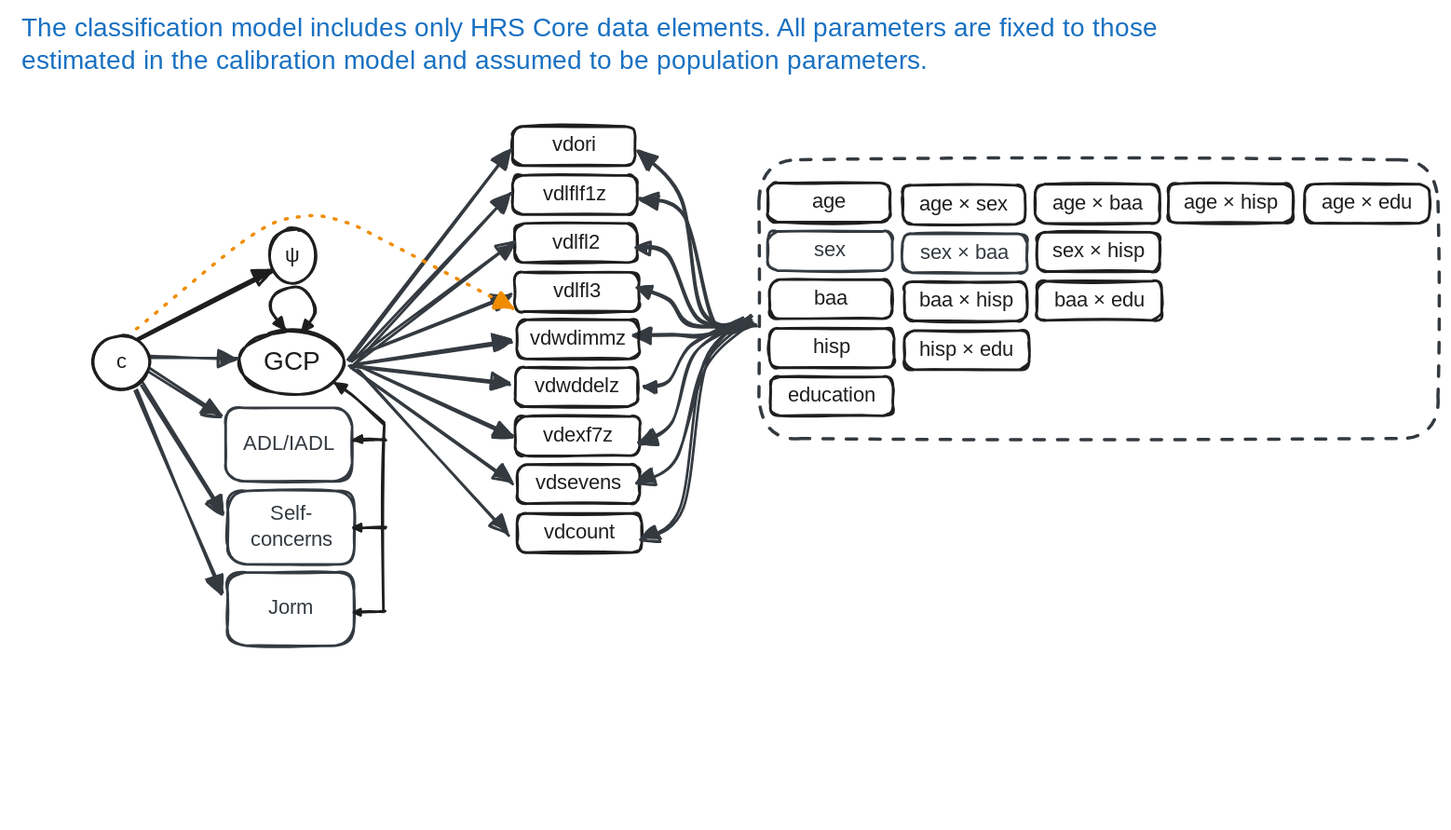
The Excalidraw diagram R/excalidraw/PMM-012-Classification_Model.excalidraw.svg in dougtommet/HRS_cog_classification, before a commit. Source tidied: one line per element, renumbered; positions are measured from the earlier drawing's top-left corner, leaving out a move shared by most shapes. The source it was exported from:
```json
{"id": 0, "type": "ellipse", "strokeColor": "#1e1e1e", "strokeWidth": 2, "roughness": 1, "round": true, "x": 167, "y": 243, "width": 81, "height": 49}
{"id": 1, "type": "text", "text": "GCP", "strokeColor": "#1e1e1e", "strokeWidth": 2, "roughness": 1, "fontSize": 20, "fontFamily": 5, "textAlign": "center", "verticalAlign": "middle", "inside": 0, "x": 188, "y": 256, "width": 39, "height": 25}
{"id": 2, "type": "rectangle", "strokeColor": "#1e1e1e", "strokeWidth": 2, "roughness": 1, "round": true, "x": 377, "y": 87, "width": 94, "height": 30}
{"id": 3, "type": "text", "text": "vdori", "strokeColor": "#1e1e1e", "strokeWidth": 2, "roughness": 1, "fontSize": 16, "fontFamily": 5, "textAlign": "center", "verticalAlign": "middle", "inside": 2, "x": 407, "y": 92, "width": 34, "height": 20}
{"id": 4, "type": "rectangle", "strokeColor": "#1e1e1e", "strokeWidth": 2, "roughness": 1, "round": true, "x": 572, "y": 130, "width": 94, "height": 30}
{"id": 5, "type": "text", "text": "age", "strokeColor": "#1e1e1e", "strokeWidth": 2, "roughness": 1, "fontSize": 16, "fontFamily": 5, "textAlign": "center", "verticalAlign": "middle", "inside": 4, "x": 608, "y": 135, "width": 22, "height": 20}
{"id": 6, "type": "rectangle", "strokeColor": "#1e1e1e", "strokeWidth": 2, "roughness": 1, "round": true, "x": 379, "y": 272, "width": 94, "height": 30}
{"id": 7, "type": "text", "text": "vdwddelz", "strokeColor": "#1e1e1e", "strokeWidth": 2, "roughness": 1, "fontSize": 16, "fontFamily": 5, "textAlign": "center", "verticalAlign": "middle", "inside": 6, "x": 391, "y": 277, "width": 70, "height": 20}
{"id": 8, "type": "rectangle", "strokeColor": "#1e1e1e", "strokeWidth": 2, "roughness": 1, "round": true, "x": 574, "y": 279, "width": 94, "height": 30}
{"id": 9, "type": "text", "text": "education", "strokeColor": "#1e1e1e", "strokeWidth": 2, "roughness": 1, "fontSize": 16, "fontFamily": 5, "textAlign": "center", "verticalAlign": "middle", "inside": 8, "x": 584, "y": 284, "width": 75, "height": 20}
{"id": 10, "type": "rectangle", "strokeColor": "#1e1e1e", "strokeWidth": 2, "roughness": 1, "round": true, "x": 378, "y": 161, "width": 94, "height": 30}
{"id": 11, "type": "text", "text": "vdlfl2", "strokeColor": "#1e1e1e", "strokeWidth": 2, "roughness": 1, "fontSize": 16, "fontFamily": 5, "textAlign": "center", "verticalAlign": "middle", "inside": 10, "x": 406, "y": 166, "width": 37, "height": 20}
{"id": 12, "type": "rectangle", "strokeColor": "#1e1e1e", "strokeWidth": 2, "roughness": 1, "round": true, "x": 574, "y": 204, "width": 94, "height": 30}
{"id": 13, "type": "text", "text": "baa", "strokeColor": "#1e1e1e", "strokeWidth": 2, "roughness": 1, "fontSize": 16, "fontFamily": 5, "textAlign": "center", "verticalAlign": "middle", "inside": 12, "x": 610, "y": 209, "width": 22, "height": 20}
{"id": 14, "type": "rectangle", "strokeColor": "#1e1e1e", "strokeWidth": 2, "roughness": 1, "round": true, "x": 380, "y": 346, "width": 94, "height": 30}
{"id": 15, "type": "text", "text": "vdsevens", "strokeColor": "#1e1e1e", "strokeWidth": 2, "roughness": 1, "fontSize": 16, "fontFamily": 5, "textAlign": "center", "verticalAlign": "middle", "inside": 14, "x": 392, "y": 351, "width": 69, "height": 20}
{"id": 16, "type": "rectangle", "strokeColor": "#1e1e1e", "strokeWidth": 2, "roughness": 1, "round": true, "x": 376, "y": 124, "width": 96, "height": 30}
{"id": 17, "type": "text", "text": "vdlflf1z", "strokeColor": "#1e1e1e", "strokeWidth": 2, "roughness": 1, "fontSize": 16, "fontFamily": 5, "textAlign": "center", "verticalAlign": "middle", "inside": 16, "x": 399, "y": 129, "width": 50, "height": 20}
{"id": 18, "type": "rectangle", "strokeColor": "#343a40", "strokeWidth": 2, "roughness": 1, "round": true, "x": 572, "y": 167, "width": 96, "height": 30}
{"id": 19, "type": "text", "text": "sex", "strokeColor": "#343a40", "strokeWidth": 2, "roughness": 1, "fontSize": 16, "fontFamily": 5, "textAlign": "center", "verticalAlign": "middle", "inside": 18, "x": 609, "y": 172, "width": 21, "height": 20}
{"id": 20, "type": "rectangle", "strokeColor": "#1e1e1e", "strokeWidth": 2, "roughness": 1, "round": true, "x": 379, "y": 309, "width": 96, "height": 30}
{"id": 21, "type": "text", "text": "vdexf7z", "strokeColor": "#1e1e1e", "strokeWidth": 2, "roughness": 1, "fontSize": 16, "fontFamily": 5, "textAlign": "center", "verticalAlign": "middle", "inside": 20, "x": 395, "y": 314, "width": 62, "height": 20}
{"id": 22, "type": "rectangle", "strokeColor": "#1e1e1e", "strokeWidth": 2, "roughness": 1, "round": true, "x": 378, "y": 199, "width": 96, "height": 30}
{"id": 23, "type": "text", "text": "vdlfl3", "strokeColor": "#1e1e1e", "strokeWidth": 2, "roughness": 1, "fontSize": 16, "fontFamily": 5, "textAlign": "center", "verticalAlign": "middle", "inside": 22, "x": 407, "y": 204, "width": 37, "height": 20}
{"id": 24, "type": "rectangle", "strokeColor": "#1e1e1e", "strokeWidth": 2, "roughness": 1, "round": true, "x": 574, "y": 242, "width": 96, "height": 30}
{"id": 25, "type": "text", "text": "hisp", "strokeColor": "#1e1e1e", "strokeWidth": 2, "roughness": 1, "fontSize": 16, "fontFamily": 5, "textAlign": "center", "verticalAlign": "middle", "inside": 24, "x": 608, "y": 247, "width": 27, "height": 20}
{"id": 26, "type": "rectangle", "strokeColor": "#1e1e1e", "strokeWidth": 2, "roughness": 1, "round": true, "x": 380, "y": 384, "width": 96, "height": 30}
{"id": 27, "type": "text", "text": "vdcount", "strokeColor": "#1e1e1e", "strokeWidth": 2, "roughness": 1, "fontSize": 16, "fontFamily": 5, "textAlign": "center", "verticalAlign": "middle", "inside": 26, "x": 397, "y": 389, "width": 62, "height": 20}
{"id": 28, "type": "rectangle", "strokeColor": "#1e1e1e", "strokeWidth": 2, "roughness": 1, "round": true, "x": 676, "y": 132, "width": 94, "height": 30}
{"id": 29, "type": "text", "text": "age × sex", "strokeColor": "#1e1e1e", "strokeWidth": 2, "roughness": 1, "fontSize": 16, "fontFamily": 5, "textAlign": "center", "verticalAlign": "middle", "inside": 28, "x": 685, "y": 137, "width": 75, "height": 20}
{"id": 30, "type": "rectangle", "strokeColor": "#1e1e1e", "strokeWidth": 2, "roughness": 1, "round": true, "x": 677, "y": 206, "width": 94, "height": 30}
{"id": 31, "type": "text", "text": "baa × hisp", "strokeColor": "#1e1e1e", "strokeWidth": 2, "roughness": 1, "fontSize": 16, "fontFamily": 5, "textAlign": "center", "verticalAlign": "middle", "inside": 30, "x": 685, "y": 211, "width": 79, "height": 20}
{"id": 32, "type": "rectangle", "strokeColor": "#1e1e1e", "strokeWidth": 2, "roughness": 1, "round": true, "x": 779, "y": 168, "width": 94, "height": 30}
{"id": 33, "type": "text", "text": "sex × hisp", "strokeColor": "#1e1e1e", "strokeWidth": 2, "roughness": 1, "fontSize": 16, "fontFamily": 5, "textAlign": "center", "verticalAlign": "middle", "inside": 32, "x": 787, "y": 173, "width": 79, "height": 20}
{"id": 34, "type": "rectangle", "strokeColor": "#343a40", "strokeWidth": 2, "roughness": 1, "round": true, "x": 676, "y": 169, "width": 96, "height": 30}
{"id": 35, "type": "text", "text": "sex × baa", "strokeColor": "#343a40", "strokeWidth": 2, "roughness": 1, "fontSize": 16, "fontFamily": 5, "textAlign": "center", "verticalAlign": "middle", "inside": 34, "x": 686, "y": 174, "width": 76, "height": 20}
{"id": 36, "type": "rectangle", "strokeColor": "#1e1e1e", "strokeWidth": 2, "roughness": 1, "round": true, "x": 777, "y": 131, "width": 96, "height": 30}
{"id": 37, "type": "text", "text": "age × baa", "strokeColor": "#1e1e1e", "strokeWidth": 2, "roughness": 1, "fontSize": 16, "fontFamily": 5, "textAlign": "center", "verticalAlign": "middle", "inside": 36, "x": 787, "y": 136, "width": 76, "height": 20}
{"id": 38, "type": "rectangle", "strokeColor": "#1e1e1e", "strokeWidth": 2, "roughness": 1, "round": true, "x": 677, "y": 243, "width": 96, "height": 30}
{"id": 39, "type": "text", "text": "hisp × edu", "strokeColor": "#1e1e1e", "strokeWidth": 2, "roughness": 1, "fontSize": 16, "fontFamily": 5, "textAlign": "center", "verticalAlign": "middle", "inside": 38, "x": 686, "y": 248, "width": 79, "height": 20}
{"id": 40, "type": "rectangle", "strokeColor": "#1e1e1e", "strokeWidth": 2, "roughness": 1, "round": true, "x": 779, "y": 205, "width": 96, "height": 30}
{"id": 41, "type": "text", "text": "baa × edu", "strokeColor": "#1e1e1e", "strokeWidth": 2, "roughness": 1, "fontSize": 16, "fontFamily": 5, "textAlign": "center", "verticalAlign": "middle", "inside": 40, "x": 789, "y": 210, "width": 76, "height": 20}
{"id": 42, "type": "rectangle", "strokeColor": "#1e1e1e", "strokeWidth": 2, "roughness": 1, "round": true, "x": 880, "y": 131, "width": 96, "height": 30}
{"id": 43, "type": "text", "text": "age × hisp", "strokeColor": "#1e1e1e", "strokeWidth": 2, "roughness": 1, "fontSize": 16, "fontFamily": 5, "textAlign": "center", "verticalAlign": "middle", "inside": 42, "x": 888, "y": 136, "width": 79, "height": 20}
{"id": 44, "type": "rectangle", "strokeColor": "#1e1e1e", "strokeWidth": 2, "roughness": 1, "round": true, "x": 984, "y": 131, "width": 96, "height": 30}
{"id": 45, "type": "text", "text": "age × edu", "strokeColor": "#1e1e1e", "strokeWidth": 2, "roughness": 1, "fontSize": 16, "fontFamily": 5, "textAlign": "center", "verticalAlign": "middle", "inside": 44, "x": 994, "y": 136, "width": 75, "height": 20}
{"id": 46, "type": "rectangle", "strokeColor": "#343a40", "strokeWidth": 2, "strokeStyle": "dashed", "roughness": 1, "round": true, "x": 566, "y": 112, "width": 521, "height": 214}
{"id": 47, "type": "arrow", "strokeColor": "#343a40", "strokeWidth": 2, "roughness": 1, "endArrowhead": "triangle", "round": true, "from": 0, "x": 251, "y": 266, "width": 124, "height": 161, "points": [[0, 0], [124, -161]]}
{"id": 48, "type": "arrow", "strokeColor": "#343a40", "strokeWidth": 2, "roughness": 1, "endArrowhead": "triangle", "round": true, "from": 0, "to": 16, "x": 254, "y": 268, "width": 122, "height": 129, "points": [[0, 0], [122, -129]]}
{"id": 49, "type": "arrow", "strokeColor": "#343a40", "strokeWidth": 2, "roughness": 1, "endArrowhead": "triangle", "round": true, "from": 0, "to": 10, "x": 254, "y": 268, "width": 123, "height": 92, "points": [[0, 0], [123, -92]]}
{"id": 50, "type": "arrow", "strokeColor": "#343a40", "strokeWidth": 2, "roughness": 1, "endArrowhead": "triangle", "round": true, "from": 0, "to": 22, "x": 255, "y": 262, "width": 121, "height": 47, "points": [[0, 0], [121, -47]]}
{"id": 51, "type": "arrow", "strokeColor": "#343a40", "strokeWidth": 2, "roughness": 1, "endArrowhead": "triangle", "round": true, "from": 0, "to": 6, "x": 254, "y": 271, "width": 120, "height": 13, "points": [[0, 0], [120, 13]]}
{"id": 52, "type": "arrow", "strokeColor": "#343a40", "strokeWidth": 2, "roughness": 1, "endArrowhead": "triangle", "round": true, "to": 80, "x": 255, "y": 268, "width": 120, "height": 17, "points": [[0, 0], [120, -17]]}
{"id": 53, "type": "arrow", "strokeColor": "#343a40", "strokeWidth": 2, "roughness": 1, "endArrowhead": "triangle", "round": true, "from": 0, "to": 20, "x": 257, "y": 269, "width": 119, "height": 55, "points": [[0, 0], [119, 55]]}
{"id": 54, "type": "arrow", "strokeColor": "#343a40", "strokeWidth": 2, "roughness": 1, "endArrowhead": "triangle", "round": true, "from": 0, "to": 14, "x": 251, "y": 272, "width": 125, "height": 89, "points": [[0, 0], [125, 89]]}
{"id": 55, "type": "arrow", "strokeColor": "#343a40", "strokeWidth": 2, "roughness": 1, "endArrowhead": "triangle", "round": true, "from": 0, "to": 26, "x": 259, "y": 273, "width": 115, "height": 127, "points": [[0, 0], [115, 127]]}
{"id": 56, "type": "rectangle", "strokeColor": "#343a40", "strokeWidth": 2, "roughness": 1, "round": true, "x": 158, "y": 366, "width": 97, "height": 56}
{"id": 57, "type": "text", "text": "Self-\nconcerns", "strokeColor": "#343a40", "strokeWidth": 2, "roughness": 1, "fontSize": 16, "fontFamily": 5, "textAlign": "center", "verticalAlign": "middle", "inside": 56, "x": 173, "y": 374, "width": 66, "height": 40}
{"id": 58, "type": "rectangle", "strokeColor": "#343a40", "strokeWidth": 2, "roughness": 1, "round": true, "x": 156, "y": 303, "width": 97, "height": 56}
{"id": 59, "type": "text", "text": "ADL/IADL", "strokeColor": "#343a40", "strokeWidth": 2, "roughness": 1, "fontSize": 16, "fontFamily": 5, "textAlign": "center", "verticalAlign": "middle", "inside": 58, "x": 167, "y": 321, "width": 76, "height": 20}
{"id": 60, "type": "arrow", "strokeColor": "#343a40", "strokeWidth": 2, "roughness": 1, "endArrowhead": "triangle", "round": true, "from": 63, "to": 58, "x": 99, "y": 273, "width": 54, "height": 36, "points": [[0, 0], [54, 36]]}
{"id": 61, "type": "arrow", "strokeColor": "#343a40", "strokeWidth": 2, "roughness": 1, "endArrowhead": "triangle", "round": true, "from": 63, "to": 56, "x": 92, "y": 284, "width": 61, "height": 99, "points": [[0, 0], [61, 99]]}
{"id": 62, "type": "arrow", "strokeColor": "#343a40", "strokeWidth": 2, "roughness": 1, "endArrowhead": "triangle", "round": true, "from": 63, "to": 0, "x": 99, "y": 264, "width": 66, "height": 1, "points": [[0, 0], [66, 1]]}
{"id": 63, "type": "ellipse", "strokeColor": "#1e1e1e", "strokeWidth": 2, "roughness": 1, "x": 54, "y": 247, "width": 44, "height": 42}
{"id": 64, "type": "text", "text": "c", "strokeColor": "#1e1e1e", "strokeWidth": 2, "roughness": 1, "fontSize": 16, "fontFamily": 5, "textAlign": "center", "verticalAlign": "middle", "inside": 63, "x": 73, "y": 258, "width": 7, "height": 20}
{"id": 65, "type": "rectangle", "strokeColor": "#343a40", "strokeWidth": 2, "roughness": 1, "round": true, "x": 158, "y": 429, "width": 97, "height": 56}
{"id": 66, "type": "text", "text": "Jorm", "strokeColor": "#343a40", "strokeWidth": 2, "roughness": 1, "fontSize": 16, "fontFamily": 5, "textAlign": "center", "verticalAlign": "middle", "inside": 65, "x": 190, "y": 447, "width": 32, "height": 20}
{"id": 67, "type": "arrow", "strokeColor": "#343a40", "strokeWidth": 2, "roughness": 1, "endArrowhead": "triangle", "round": true, "from": 63, "to": 65, "x": 88, "y": 289, "width": 66, "height": 155, "points": [[0, 0], [66, 155]]}
{"id": 68, "type": "ellipse", "strokeColor": "#1e1e1e", "strokeWidth": 2, "roughness": 1, "x": 190, "y": 165, "width": 35, "height": 42}
{"id": 69, "type": "text", "text": "ψ", "strokeColor": "#1e1e1e", "strokeWidth": 2, "roughness": 1, "fontSize": 16, "fontFamily": 5, "textAlign": "center", "verticalAlign": "middle", "inside": 68, "x": 202, "y": 176, "width": 12, "height": 20}
{"id": 70, "type": "arrow", "strokeColor": "#1e1e1e", "strokeWidth": 2, "roughness": 1, "endArrowhead": "triangle", "round": true, "from": 63, "to": 68, "x": 89, "y": 250, "width": 101, "height": 52, "points": [[0, 0], [101, -52]]}
{"id": 71, "type": "arrow", "strokeColor": "#343a40", "strokeWidth": 2, "roughness": 1, "endArrowhead": "triangle", "round": true, "to": 2, "x": 561, "y": 240, "width": 89, "height": 134, "points": [[0, 0], [-39, -11], [-55, -98], [-89, -134]]}
{"id": 72, "type": "arrow", "strokeColor": "#343a40", "strokeWidth": 2, "roughness": 1, "endArrowhead": "triangle", "round": true, "from": 46, "to": 16, "x": 563, "y": 239, "width": 89, "height": 97, "points": [[0, 0], [-30, -1], [-55, -84], [-89, -97]]}
{"id": 73, "type": "arrow", "strokeColor": "#343a40", "angle": 0.01, "strokeWidth": 2, "roughness": 1, "endArrowhead": "triangle", "round": true, "x": 560, "y": 236, "width": 87, "height": 57, "points": [[0, 0], [-41, -1], [-64, -51], [-87, -57]]}
{"id": 74, "type": "arrow", "strokeColor": "#343a40", "angle": 0.08, "strokeWidth": 2, "roughness": 1, "endArrowhead": "triangle", "round": true, "x": 564, "y": 237, "width": 91, "height": 24, "points": [[0, 0], [-48, 2], [-68, -16], [-91, -22]]}
{"id": 75, "type": "arrow", "strokeColor": "#343a40", "angle": 0.08, "strokeWidth": 2, "roughness": 1, "endArrowhead": "triangle", "round": true, "x": 559, "y": 237, "width": 88, "height": 14, "points": [[0, 0], [-38, 9], [-59, 12], [-88, 14]]}
{"id": 76, "type": "arrow", "strokeColor": "#343a40", "strokeWidth": 2, "roughness": 1, "endArrowhead": "triangle", "round": true, "x": 559, "y": 232, "width": 84, "height": 172, "points": [[0, 0], [-35, 36], [-53, 147], [-84, 172]]}
{"id": 77, "type": "arrow", "strokeColor": "#343a40", "strokeWidth": 2, "roughness": 1, "endArrowhead": "triangle", "round": true, "x": 560, "y": 236, "width": 87, "height": 124, "points": [[0, 0], [-36, 35], [-57, 106], [-87, 124]]}
{"id": 78, "type": "arrow", "strokeColor": "#343a40", "strokeWidth": 2, "roughness": 1, "endArrowhead": "triangle", "round": true, "x": 560, "y": 233, "width": 87, "height": 96, "points": [[0, 0], [-42, 28], [-62, 80], [-87, 96]]}
{"id": 79, "type": "arrow", "strokeColor": "#343a40", "strokeWidth": 2, "roughness": 1, "endArrowhead": "triangle", "round": true, "to": 6, "x": 554, "y": 235, "width": 77, "height": 51, "points": [[0, 0], [-41, 20], [-57, 47], [-77, 51]]}
{"id": 80, "type": "rectangle", "strokeColor": "#1e1e1e", "strokeWidth": 2, "roughness": 1, "round": true, "x": 380, "y": 235, "width": 94, "height": 30}
{"id": 81, "type": "text", "text": "vdwdimmz", "strokeColor": "#1e1e1e", "strokeWidth": 2, "roughness": 1, "fontSize": 16, "fontFamily": 5, "textAlign": "center", "verticalAlign": "middle", "inside": 80, "x": 391, "y": 240, "width": 72, "height": 20}
{"id": 82, "type": "arrow", "strokeColor": "#1e1e1e", "angle": 4.74, "strokeWidth": 2, "roughness": 1, "startArrowhead": "triangle", "endArrowhead": "triangle", "round": true, "x": 193, "y": 221, "width": 34, "height": 34, "points": [[0, 0], [14, -11], [26, -8], [33, 8], [27, 18], [13, 23], [-2, 14]]}
{"id": 83, "type": "arrow", "strokeColor": "#1e1e1e", "strokeWidth": 2, "roughness": 1, "endArrowhead": "triangle", "round": true, "to": 0, "x": 278, "y": 314, "width": 38, "height": 31, "points": [[0, 0], [-24, -21], [-38, -31]]}
{"id": 84, "type": "line", "strokeColor": "#1e1e1e", "strokeWidth": 2, "roughness": 1, "x": 278, "y": 315, "width": 1, "height": 143, "points": [[0, 0], [-1, 143]]}
{"id": 85, "type": "arrow", "strokeColor": "#1e1e1e", "strokeWidth": 2, "roughness": 1, "endArrowhead": "triangle", "round": true, "to": 65, "x": 278, "y": 459, "width": 23, "height": 0, "points": [[0, 0], [-11, 0], [-23, 0]]}
{"id": 86, "type": "arrow", "strokeColor": "#1e1e1e", "strokeWidth": 2, "roughness": 1, "endArrowhead": "triangle", "round": true, "x": 279, "y": 395, "width": 24, "height": 1, "points": [[0, 0], [-11, 0], [-24, 1]]}
{"id": 87, "type": "arrow", "strokeColor": "#1e1e1e", "strokeWidth": 2, "roughness": 1, "endArrowhead": "triangle", "round": true, "x": 279, "y": 327, "width": 24, "height": 1, "points": [[0, 0], [-11, 0], [-24, 1]]}
{"id": 88, "type": "arrow", "strokeColor": "#f08c00", "strokeWidth": 2, "strokeStyle": "dotted", "roughness": 1, "endArrowhead": "triangle", "round": true, "from": 63, "to": 80, "x": 88, "y": 241, "width": 289, "height": 87, "points": [[0, 0], [88, -71], [129, -87], [159, -81], [192, -65], [289, -15]]}
{"id": 89, "type": "text", "text": "The classification model includes only HRS Core data elements. All parameters are fixed to those\nestimated in the calibration model and assumed to be population parameters.", "strokeColor": "#1971c2", "strokeWidth": 2, "roughness": 1, "fontSize": 20, "fontFamily": 5, "x": 0, "y": 0, "width": 998, "height": 50}
```
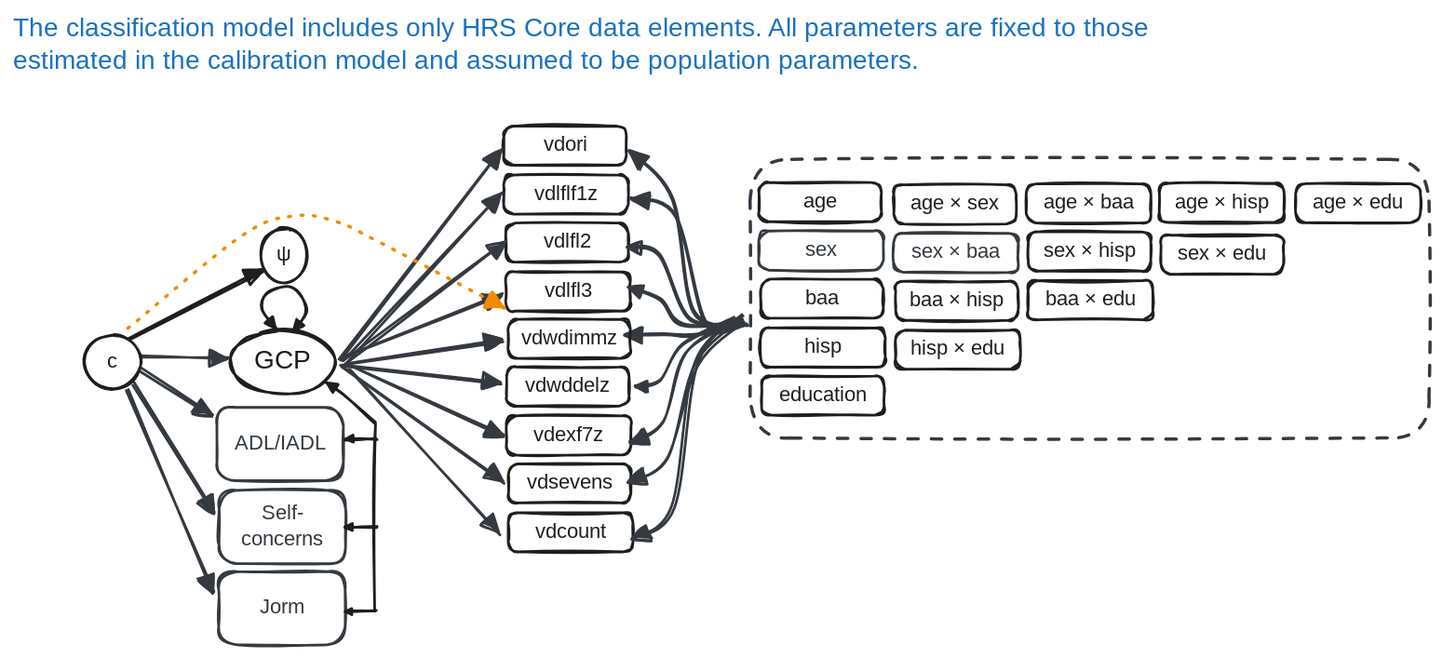
The same file after the commit.

What changed in the source:
```diff
@@ -88,3 +88,5 @@
 {"id": 87, "type": "arrow", "strokeColor": "#1e1e1e", "strokeWidth": 2, "roughness": 1, "endArrowhead": "triangle", "round": true, "x": 279, "y": 327, "width": 24, "height": 1, "points": [[0, 0], [-11, 0], [-24, 1]]}
 {"id": 88, "type": "arrow", "strokeColor": "#f08c00", "strokeWidth": 2, "strokeStyle": "dotted", "roughness": 1, "endArrowhead": "triangle", "round": true, "from": 63, "to": 80, "x": 88, "y": 241, "width": 289, "height": 87, "points": [[0, 0], [88, -71], [129, -87], [159, -81], [192, -65], [289, -15]]}
 {"id": 89, "type": "text", "text": "The classification model includes only HRS Core data elements. All parameters are fixed to those\nestimated in the calibration model and assumed to be population parameters.", "strokeColor": "#1971c2", "strokeWidth": 2, "roughness": 1, "fontSize": 20, "fontFamily": 5, "x": 0, "y": 0, "width": 998, "height": 50}
+{"id": 90, "type": "rectangle", "strokeColor": "#1e1e1e", "strokeWidth": 2, "roughness": 1, "round": true, "x": 881, "y": 170, "width": 94, "height": 30}
+{"id": 91, "type": "text", "text": "sex × edu", "strokeColor": "#1e1e1e", "strokeWidth": 2, "roughness": 1, "fontSize": 16, "fontFamily": 5, "textAlign": "center", "verticalAlign": "middle", "inside": 90, "x": 890, "y": 175, "width": 75, "height": 20}
```
